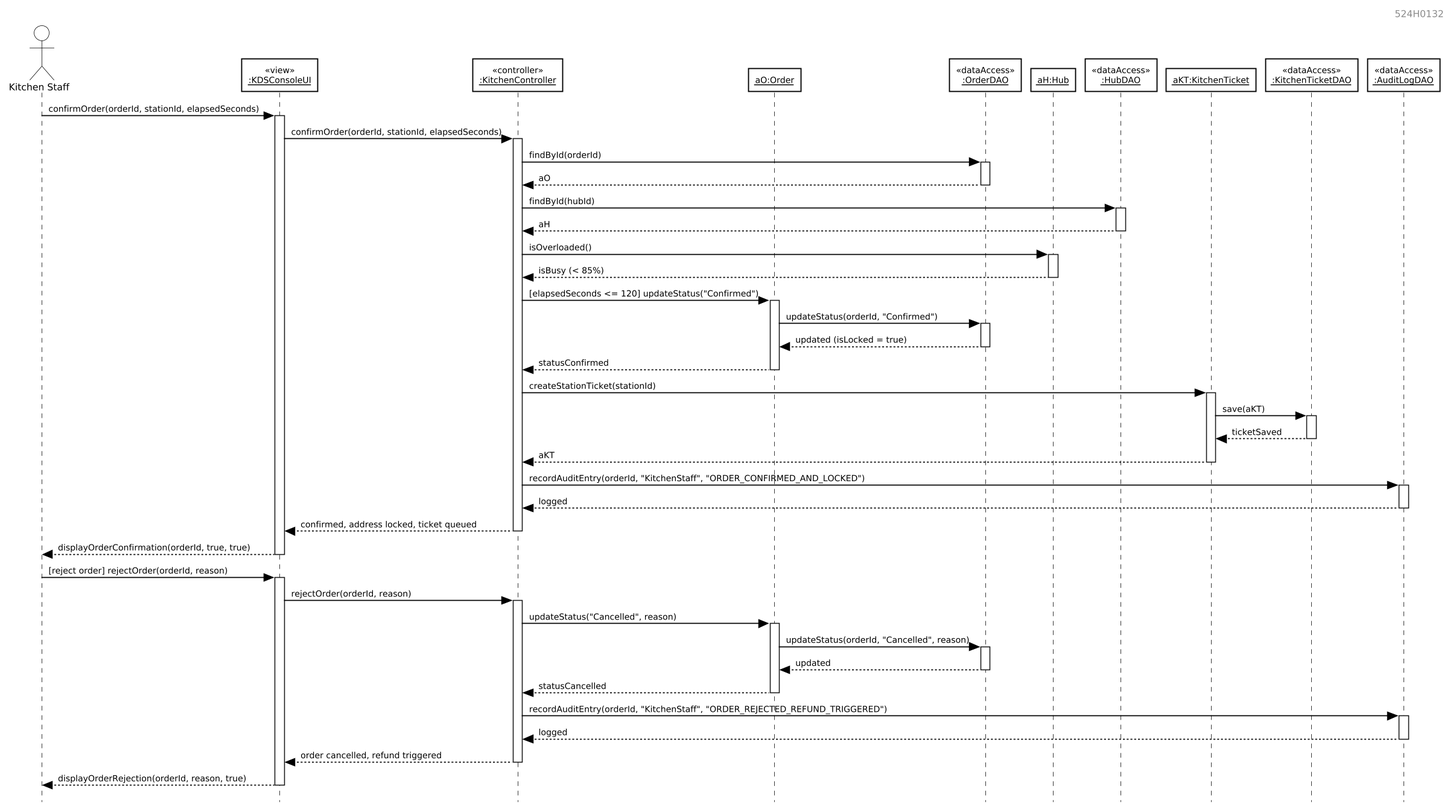
The PlantUML diagram Part_3/models/UC7_Modified_Sequence_Diagram.png in DoQuocTrung06/SaigonBite-RAD-TeamF10, before a commit. Its source is kept beside it as Part_3/models/UC7_Modified_Sequence_Diagram.puml.
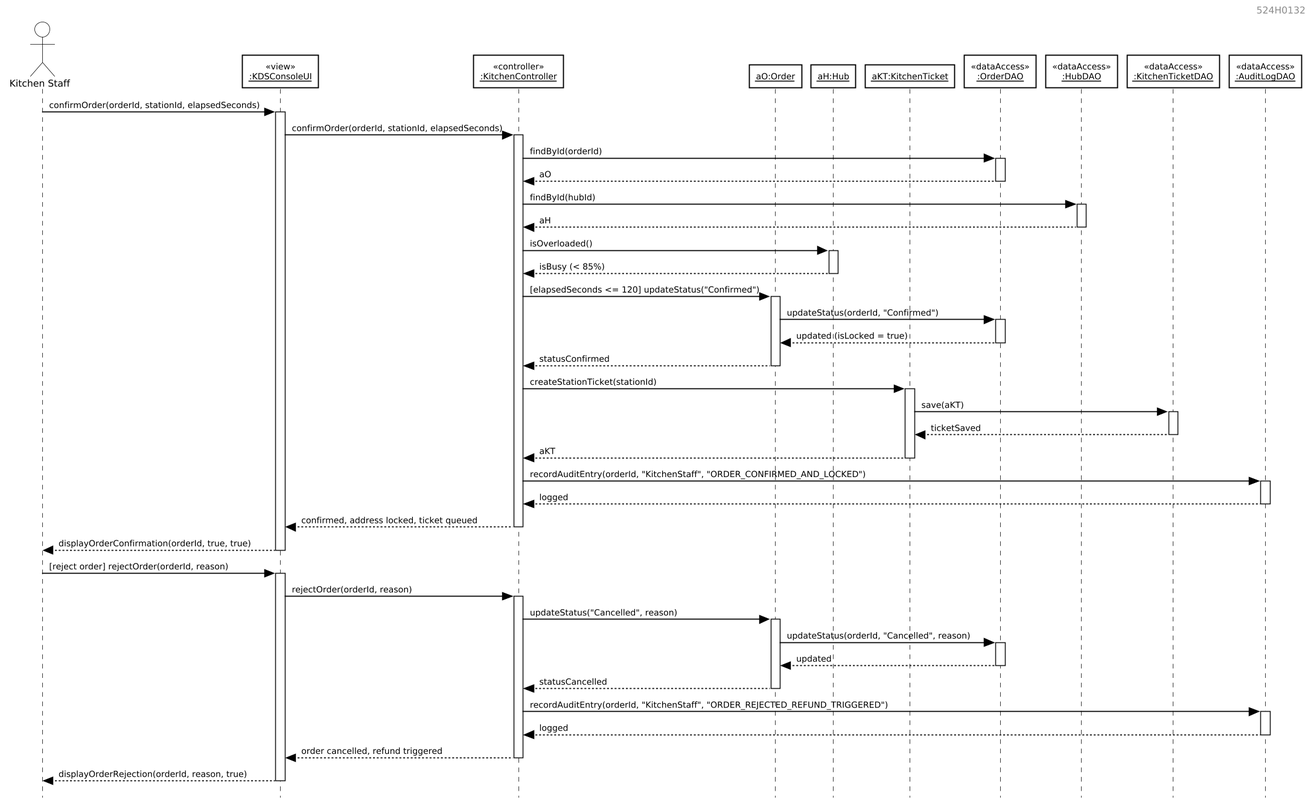
Later version of the same file.

What changed in the source:
```diff
@@ -30,10 +30,10 @@
 participant "<<view>>\n__:KDSConsoleUI__" as UI
 participant "<<controller>>\n__:KitchenController__" as Ctrl
 participant "__aO:Order__" as Ord
+participant "__aH:Hub__" as Hub
+participant "__aKT:KitchenTicket__" as Ticket
 participant "<<dataAccess>>\n__:OrderDAO__" as OrderDAO
-participant "__aH:Hub__" as Hub
 participant "<<dataAccess>>\n__:HubDAO__" as HubDAO
-participant "__aKT:KitchenTicket__" as Ticket
 participant "<<dataAccess>>\n__:KitchenTicketDAO__" as TicketDAO
 participant "<<dataAccess>>\n__:AuditLogDAO__" as AuditDAO
 
```
